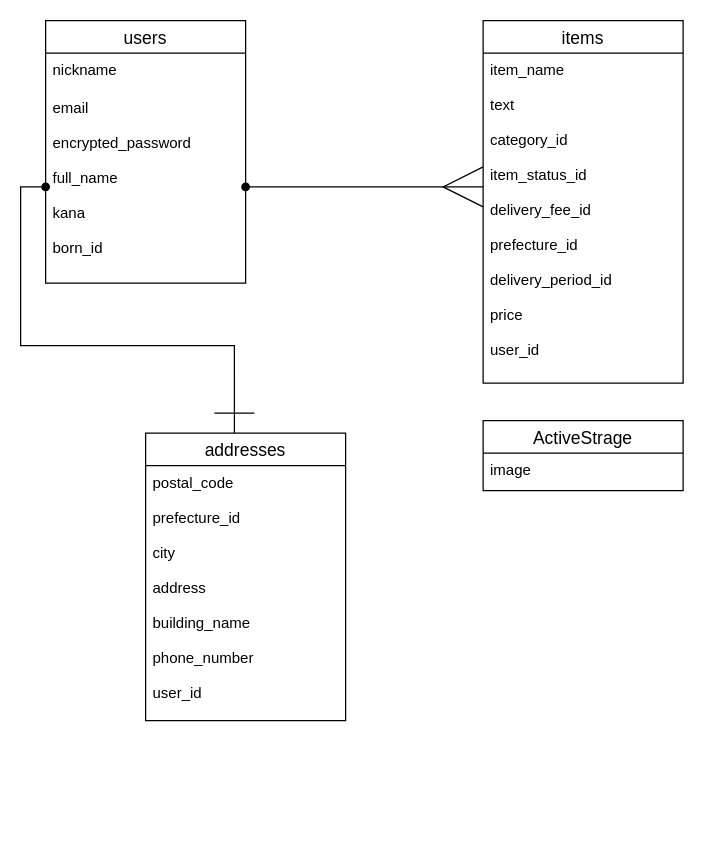
Before: er.dio in atsushikitamura/furima-35862, a draw.io diagram. Source tidied: cells renumbered, new cells numbered last; positions are measured from the earlier drawing's top-left corner, leaving out a move shared by most shapes. Both pictures are drawn from the tidied source at 125%, with x=0, y=0 at pixel (45, 20).
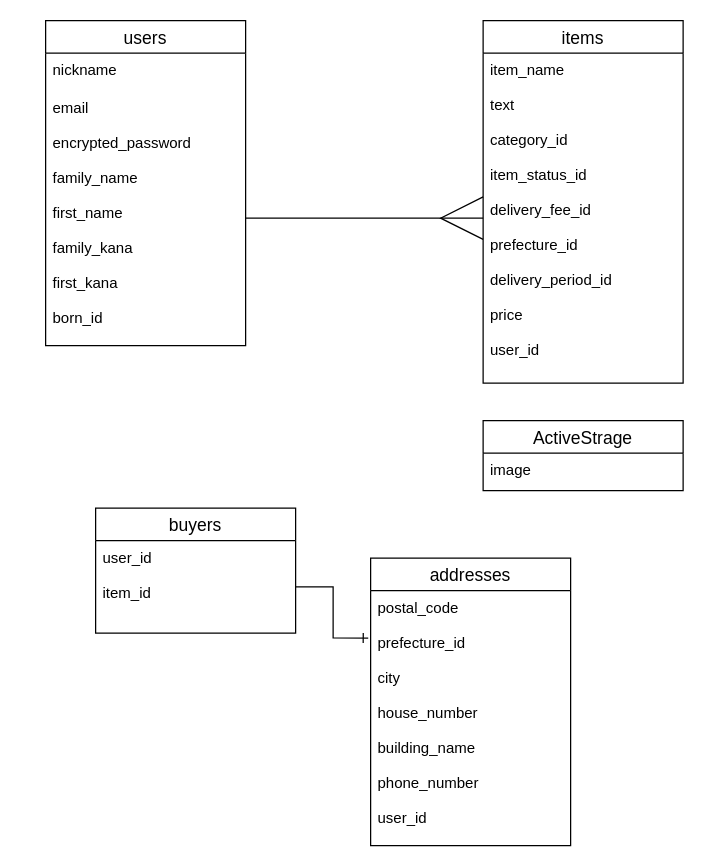
The same diagram, later.

The edit, as a diff of the source:
```diff
@@
 <mxGraphModel>
   <root>
     <mxCell id="0" />
     <mxCell id="1" parent="0" />
     <mxCell id="2" value="users" style="swimlane;fontStyle=0;horizontal=1;startSize=26;align=center;fontSize=14;" parent="1" vertex="1">
-      <mxGeometry width="160" height="210" as="geometry" />
+      <mxGeometry width="160" height="260" as="geometry" />
     </mxCell>
     <mxCell id="3" value="nickname" style="text;strokeColor=none;fillColor=none;spacingLeft=4;spacingRight=4;overflow=hidden;fontSize=12;" parent="2" vertex="1">
       <mxGeometry y="26" width="160" height="30" as="geometry" />
     </mxCell>
-    <mxCell id="4" value="email&#10;&#10;encrypted_password&#10;&#10;full_name&#10;&#10;kana&#10;&#10;born_id" style="text;strokeColor=none;fillColor=none;spacingLeft=4;spacingRight=4;overflow=hidden;points=[[0,0.5],[1,0.5]];portConstraint=eastwest;fontSize=12;" parent="2" vertex="1">
-      <mxGeometry y="56" width="160" height="154" as="geometry" />
+    <mxCell id="4" value="email&#10;&#10;encrypted_password&#10;&#10;family_name&#10;&#10;first_name&#10;&#10;family_kana&#10;&#10;first_kana&#10;&#10;born_id" style="text;strokeColor=none;fillColor=none;spacingLeft=4;spacingRight=4;overflow=hidden;points=[[0,0.5],[1,0.5]];portConstraint=eastwest;fontSize=12;" parent="2" vertex="1">
+      <mxGeometry y="56" width="160" height="204" as="geometry" />
     </mxCell>
     <mxCell id="5" value="items" style="swimlane;fontStyle=0;horizontal=1;startSize=26;align=center;fontSize=14;" parent="1" vertex="1">
       <mxGeometry x="350" width="160" height="290" as="geometry" />
     </mxCell>
     <mxCell id="6" value="item_name&#10;&#10;text&#10;&#10;category_id&#10;&#10;item_status_id&#10;&#10;delivery_fee_id&#10;&#10;prefecture_id&#10;&#10;delivery_period_id&#10;&#10;price&#10;&#10;user_id" style="text;strokeColor=none;fillColor=none;spacingLeft=4;spacingRight=4;overflow=hidden;points=[[0,0.5],[1,0.5]];portConstraint=eastwest;fontSize=12;" parent="5" vertex="1">
       <mxGeometry y="26" width="160" height="264" as="geometry" />
     </mxCell>
     <mxCell id="7" value="addresses" style="swimlane;fontStyle=0;horizontal=1;startSize=26;align=center;fontSize=14;" parent="1" vertex="1">
-      <mxGeometry x="80" y="330" width="160" height="230" as="geometry" />
+      <mxGeometry x="260" y="430" width="160" height="230" as="geometry" />
     </mxCell>
-    <mxCell id="8" value="postal_code&#10;&#10;prefecture_id&#10;&#10;city&#10;&#10;address&#10;&#10;building_name&#10;&#10;phone_number&#10;&#10;user_id" style="text;strokeColor=none;fillColor=none;spacingLeft=4;spacingRight=4;overflow=hidden;points=[[0,0.5],[1,0.5]];portConstraint=eastwest;fontSize=12;" parent="7" vertex="1">
+    <mxCell id="8" value="postal_code&#10;&#10;prefecture_id&#10;&#10;city&#10;&#10;house_number&#10;&#10;building_name&#10;&#10;phone_number&#10;&#10;user_id" style="text;strokeColor=none;fillColor=none;spacingLeft=4;spacingRight=4;overflow=hidden;points=[[0,0.5],[1,0.5]];portConstraint=eastwest;fontSize=12;" parent="7" vertex="1">
       <mxGeometry y="26" width="160" height="204" as="geometry" />
     </mxCell>
     <mxCell id="9" value="ActiveStrage" style="swimlane;fontStyle=0;horizontal=1;startSize=26;align=center;fontSize=14;" parent="1" vertex="1">
       <mxGeometry x="350" y="320" width="160" height="56" as="geometry" />
     </mxCell>
     <mxCell id="10" value="image" style="text;strokeColor=none;fillColor=none;spacingLeft=4;spacingRight=4;overflow=hidden;fontSize=12;" parent="9" vertex="1">
       <mxGeometry y="26" width="160" height="30" as="geometry" />
     </mxCell>
-    <mxCell id="11" style="edgeStyle=orthogonalEdgeStyle;rounded=0;jettySize=auto;html=1;startArrow=oval;startFill=1;endArrow=ERmany;endFill=0;endSize=30;" parent="1" edge="1" source="4">
-      <mxGeometry relative="1" as="geometry">
-        <mxPoint x="350" y="133" as="targetPoint" />
-      </mxGeometry>
-    </mxCell>
-    <mxCell id="12" style="rounded=0;jettySize=auto;html=1;exitX=0;exitY=0.5;exitDx=0;exitDy=0;startArrow=oval;startFill=1;endArrow=ERone;endFill=0;endSize=30;entryX=0.444;entryY=0;entryDx=0;entryDy=0;entryPerimeter=0;edgeStyle=orthogonalEdgeStyle;" parent="1" edge="1" source="4" target="7">
-      <mxGeometry relative="1" as="geometry" />
+    <mxCell id="12" value="buyers" style="swimlane;fontStyle=0;horizontal=1;startSize=26;align=center;fontSize=14;" parent="1" vertex="1">
+      <mxGeometry x="40" y="390" width="160" height="100" as="geometry" />
     </mxCell>
+    <mxCell id="13" value="user_id&#10;&#10;item_id&#10;" style="text;strokeColor=none;fillColor=none;spacingLeft=4;spacingRight=4;overflow=hidden;points=[[0,0.5],[1,0.5]];portConstraint=eastwest;fontSize=12;" parent="12" vertex="1">
+      <mxGeometry y="26" width="160" height="74" as="geometry" />
+    </mxCell>
+    <mxCell id="14" style="edgeStyle=orthogonalEdgeStyle;rounded=0;jettySize=auto;html=1;exitX=1;exitY=0.5;exitDx=0;exitDy=0;entryX=-0.012;entryY=0.186;entryDx=0;entryDy=0;entryPerimeter=0;endArrow=ERone;endFill=0;" parent="1" edge="1" source="13" target="8">
+      <mxGeometry relative="1" as="geometry" />
+    </mxCell>
+    <mxCell id="15" style="edgeStyle=orthogonalEdgeStyle;rounded=0;jettySize=auto;html=1;exitX=1;exitY=0.5;exitDx=0;exitDy=0;endArrow=ERmany;endFill=0;entryX=0;entryY=0.5;entryDx=0;entryDy=0;endSize=32;" parent="1" edge="1" source="4" target="6">
+      <mxGeometry relative="1" as="geometry" />
+    </mxCell>
   </root>
 </mxGraphModel>
```
